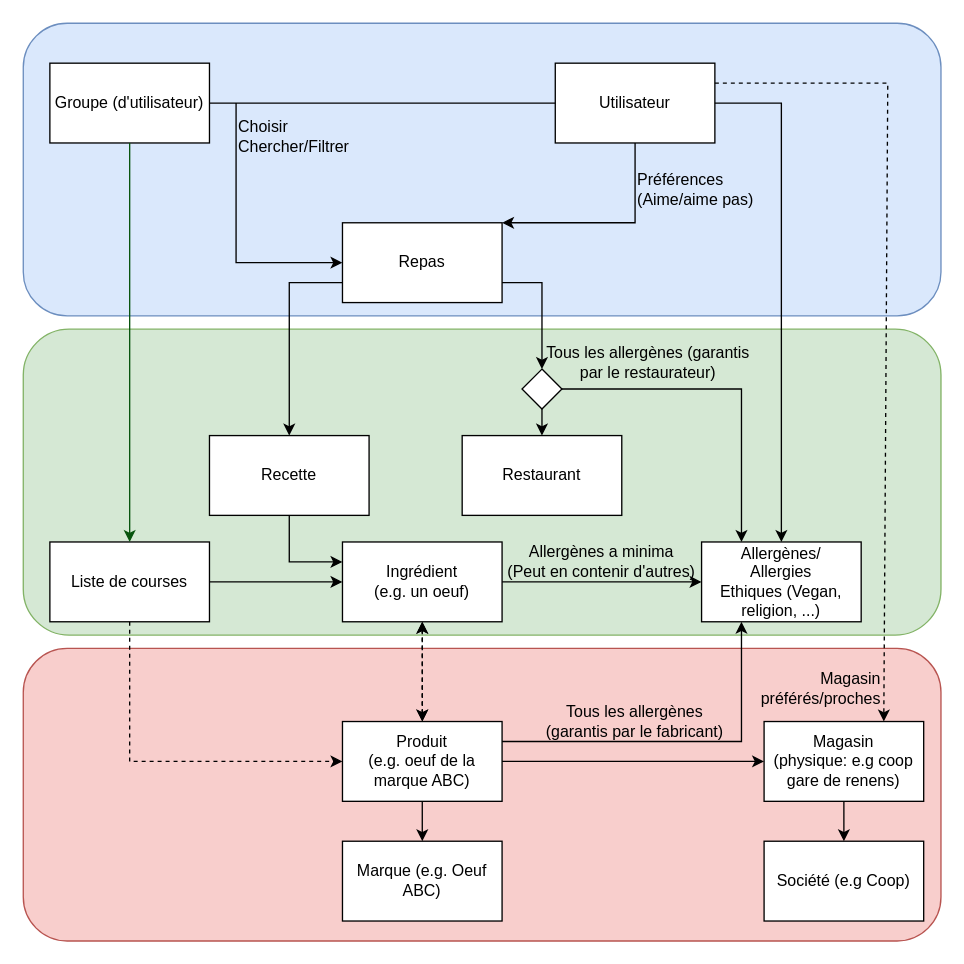
The draw.io diagram documentation/project management/img/model_diagram.drawio in PRO2022-Heig/heigvd-pro-01, before the edit. Source tidied: cells renumbered, new cells numbered last; positions are measured from the earlier drawing's top-left corner, leaving out a move shared by most shapes. Both pictures are drawn from the tidied source at 133%, with x=0, y=0 at pixel (23, 23).
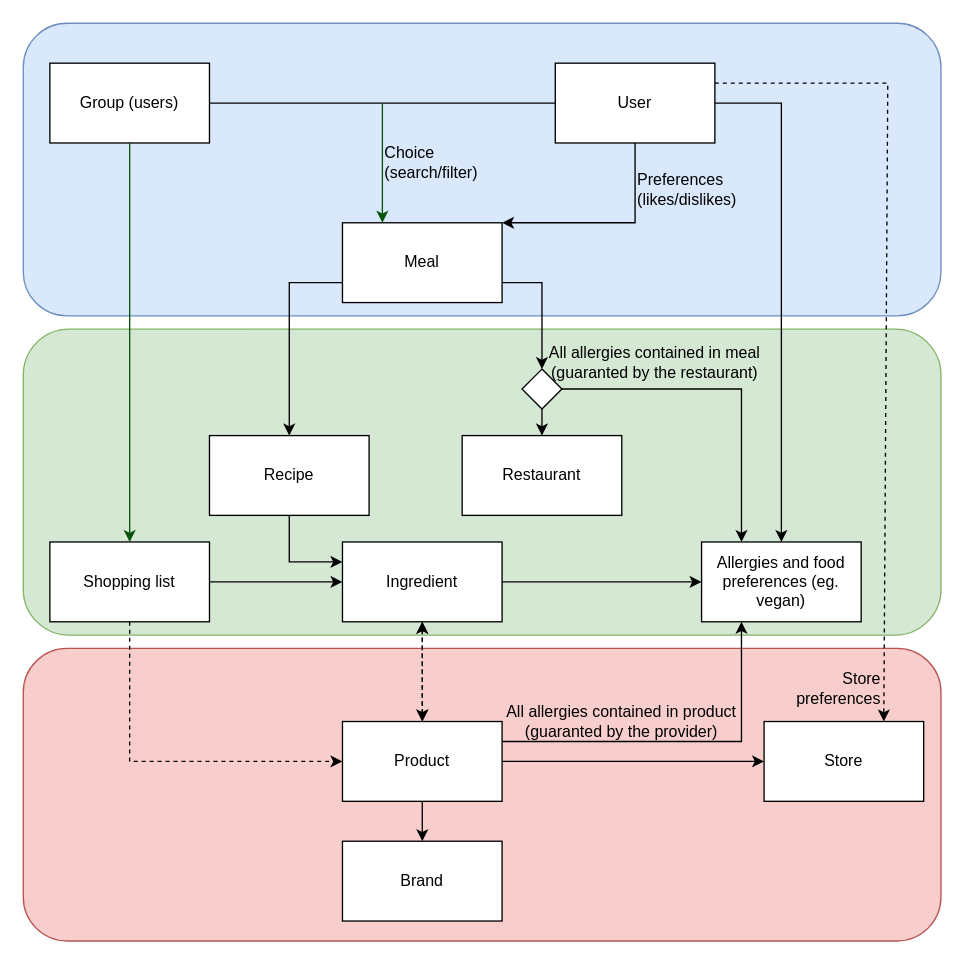
Above is the later version.

Commit message (it also covers changes not shown here):
[DOCS] Translation and slight modifications of the model diagram.

Diff of the diagram source:
```diff
@@
-    <mxCell id="5" value="Ingrédient&lt;br&gt;(e.g. un oeuf)" style="rounded=0;whiteSpace=wrap;html=1;" parent="1" vertex="1">
+    <mxCell id="5" value="Ingredient" style="rounded=0;whiteSpace=wrap;html=1;" parent="1" vertex="1">
       <mxGeometry x="240" y="390" width="120" height="60" as="geometry" />
     </mxCell>
@@
-    <mxCell id="7" value="Produit&lt;br&gt;(e.g. oeuf de la marque ABC)" style="rounded=0;whiteSpace=wrap;html=1;" parent="1" vertex="1">
+    <mxCell id="7" value="Product" style="rounded=0;whiteSpace=wrap;html=1;" parent="1" vertex="1">
       <mxGeometry x="240" y="525" width="120" height="60" as="geometry" />
     </mxCell>
-    <mxCell id="8" value="&lt;div&gt;Utilisateur&lt;/div&gt;" style="rounded=0;whiteSpace=wrap;html=1;" parent="1" vertex="1">
+    <mxCell id="8" value="User" style="rounded=0;whiteSpace=wrap;html=1;" parent="1" vertex="1">
       <mxGeometry x="400" y="30" width="120" height="60" as="geometry" />
     </mxCell>
-    <mxCell id="9" value="Groupe (d'utilisateur)" style="rounded=0;whiteSpace=wrap;html=1;" parent="1" vertex="1">
+    <mxCell id="9" value="Group (users)" style="rounded=0;whiteSpace=wrap;html=1;" parent="1" vertex="1">
       <mxGeometry x="20" y="30" width="120" height="60" as="geometry" />
     </mxCell>
-    <mxCell id="10" value="Repas" style="rounded=0;whiteSpace=wrap;html=1;" parent="1" vertex="1">
+    <mxCell id="10" value="Meal" style="rounded=0;whiteSpace=wrap;html=1;" parent="1" vertex="1">
       <mxGeometry x="240" y="150" width="120" height="60" as="geometry" />
     </mxCell>
-    <mxCell id="11" value="Recette" style="rounded=0;whiteSpace=wrap;html=1;" parent="1" vertex="1">
+    <mxCell id="11" value="Recipe" style="rounded=0;whiteSpace=wrap;html=1;" parent="1" vertex="1">
       <mxGeometry x="140" y="310" width="120" height="60" as="geometry" />
     </mxCell>
@@
-    <mxCell id="13" value="Choisir&lt;br&gt;&lt;div&gt;Chercher/Filtrer&lt;/div&gt;" style="text;html=1;strokeColor=none;fillColor=none;align=left;verticalAlign=middle;whiteSpace=wrap;rounded=0;" parent="1" vertex="1">
-      <mxGeometry x="160" y="70" width="60" height="30" as="geometry" />
+    <mxCell id="13" value="&lt;div&gt;Choice&lt;/div&gt;&lt;div&gt;(search/filter)&lt;br&gt;&lt;/div&gt;" style="text;html=1;strokeColor=none;fillColor=none;align=left;verticalAlign=middle;whiteSpace=wrap;rounded=0;" parent="1" vertex="1">
+      <mxGeometry x="270" y="90" width="60" height="30" as="geometry" />
     </mxCell>
-    <mxCell id="14" style="endArrow=classic;html=1;rounded=0;entryX=0;entryY=0.5;entryDx=0;entryDy=0;" parent="1" edge="1" target="10">
-      <mxGeometry relative="1" as="geometry">
-        <mxPoint x="160" y="60" as="sourcePoint" />
-        <Array as="points">
-          <mxPoint x="160" y="180" />
-        </Array>
-      </mxGeometry>
-    </mxCell>
@@
-    <mxCell id="16" value="&lt;div&gt;Préférences&lt;/div&gt;(Aime/aime pas)" style="text;html=1;strokeColor=none;fillColor=none;align=left;verticalAlign=middle;whiteSpace=wrap;rounded=0;" parent="1" vertex="1">
+    <mxCell id="16" value="&lt;div&gt;Preferences&lt;/div&gt;&lt;div&gt;(likes/dislikes)&lt;br&gt;&lt;/div&gt;" style="text;html=1;strokeColor=none;fillColor=none;align=left;verticalAlign=middle;whiteSpace=wrap;rounded=0;" parent="1" vertex="1">
       <mxGeometry x="460" y="110" width="90" height="30" as="geometry" />
     </mxCell>
@@
-    <mxCell id="18" value="Allergènes/&lt;br&gt;Allergies&lt;br&gt;Ethiques (Vegan, religion, ...)" style="rounded=0;whiteSpace=wrap;html=1;" parent="1" vertex="1">
+    <mxCell id="18" value="Allergies and food preferences (eg. vegan)" style="rounded=0;whiteSpace=wrap;html=1;" parent="1" vertex="1">
       <mxGeometry x="510" y="390" width="120" height="60" as="geometry" />
     </mxCell>
@@
-    <mxCell id="21" value="Magasin&lt;br&gt;(physique: e.g coop gare de renens)" style="rounded=0;whiteSpace=wrap;html=1;" parent="1" vertex="1">
+    <mxCell id="21" value="Store" style="rounded=0;whiteSpace=wrap;html=1;" parent="1" vertex="1">
       <mxGeometry x="557" y="525" width="120" height="60" as="geometry" />
     </mxCell>
-    <mxCell id="22" value="Marque (e.g. Oeuf ABC)" style="rounded=0;whiteSpace=wrap;html=1;" parent="1" vertex="1">
+    <mxCell id="22" value="Brand" style="rounded=0;whiteSpace=wrap;html=1;" parent="1" vertex="1">
       <mxGeometry x="240" y="615" width="120" height="60" as="geometry" />
     </mxCell>
@@
-    <mxCell id="24" value="&lt;div&gt;Liste de courses&lt;/div&gt;" style="rounded=0;whiteSpace=wrap;html=1;" parent="1" vertex="1">
+    <mxCell id="24" value="Shopping list" style="rounded=0;whiteSpace=wrap;html=1;" parent="1" vertex="1">
       <mxGeometry x="20" y="390" width="120" height="60" as="geometry" />
     </mxCell>
@@
-    <mxCell id="30" value="&lt;div&gt;Société (e.g Coop)&lt;/div&gt;" style="rounded=0;whiteSpace=wrap;html=1;" parent="1" vertex="1">
-      <mxGeometry x="557" y="615" width="120" height="60" as="geometry" />
-    </mxCell>
@@
-    <mxCell id="32" style="endArrow=classic;html=1;rounded=0;entryX=0.5;entryY=0;entryDx=0;entryDy=0;exitX=0.5;exitY=1;exitDx=0;exitDy=0;" parent="1" edge="1" source="21" target="30">
-      <mxGeometry relative="1" as="geometry" />
-    </mxCell>
-    <mxCell id="33" value="&lt;div&gt;Magasin préférés/proches&lt;/div&gt;" style="text;html=1;strokeColor=none;fillColor=none;align=right;verticalAlign=middle;whiteSpace=wrap;rounded=0;" parent="1" vertex="1">
+    <mxCell id="33" value="Store preferences" style="text;html=1;strokeColor=none;fillColor=none;align=right;verticalAlign=middle;whiteSpace=wrap;rounded=0;" parent="1" vertex="1">
       <mxGeometry x="587" y="485" width="60" height="30" as="geometry" />
     </mxCell>
@@
-    <mxCell id="41" value="Tous les allergènes (garantis par le restaurateur)" style="text;html=1;strokeColor=none;fillColor=none;align=center;verticalAlign=middle;whiteSpace=wrap;rounded=0;" parent="1" vertex="1">
-      <mxGeometry x="390" y="240" width="160" height="30" as="geometry" />
+    <mxCell id="41" value="&lt;div&gt;All allergies contained in meal&lt;br&gt;&lt;/div&gt;&lt;div&gt;(guaranted by the restaurant)&lt;br&gt;&lt;/div&gt;" style="text;html=1;strokeColor=none;fillColor=none;align=center;verticalAlign=middle;whiteSpace=wrap;rounded=0;" parent="1" vertex="1">
+      <mxGeometry x="390" y="240" width="170" height="30" as="geometry" />
     </mxCell>
-    <mxCell id="42" value="Allergènes a minima&lt;br&gt;(Peut en contenir d'autres)" style="text;html=1;strokeColor=none;fillColor=none;align=center;verticalAlign=middle;whiteSpace=wrap;rounded=0;" parent="1" vertex="1">
-      <mxGeometry x="360" y="390" width="150" height="30" as="geometry" />
-    </mxCell>
-    <mxCell id="43" value="Tous les allergènes (garantis par le fabricant)" style="text;html=1;strokeColor=none;fillColor=none;align=center;verticalAlign=middle;whiteSpace=wrap;rounded=0;" parent="1" vertex="1">
-      <mxGeometry x="390" y="510" width="140" height="30" as="geometry" />
+    <mxCell id="43" value="All allergies contained in product (guaranted by the provider)" style="text;html=1;strokeColor=none;fillColor=none;align=center;verticalAlign=middle;whiteSpace=wrap;rounded=0;" parent="1" vertex="1">
+      <mxGeometry x="360" y="510" width="180" height="30" as="geometry" />
     </mxCell>
+    <mxCell id="44" style="endArrow=classic;html=1;rounded=0;strokeColor=#08540E;entryX=0.25;entryY=0;entryDx=0;entryDy=0;" parent="1" edge="1" target="10">
+      <mxGeometry relative="1" as="geometry">
+        <mxPoint x="270" y="60" as="sourcePoint" />
+      </mxGeometry>
+    </mxCell>
```
